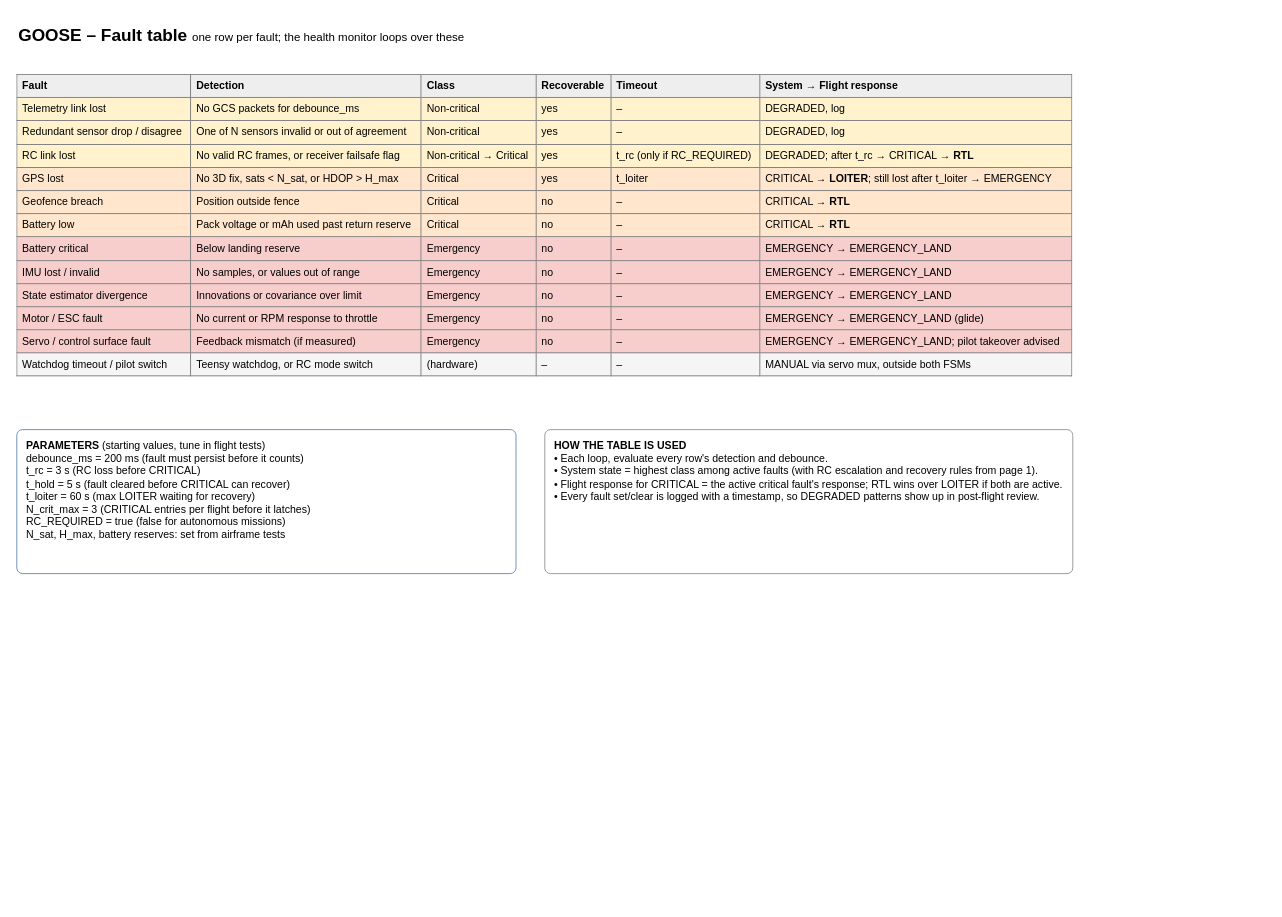
Above: page "3 · Fault Table" (3 of 3) of designs/GOOSE State Machines.drawio in Autonomous-Flight-Team/Autonomous-Controls-Fixed-Wing (draw.io), before the change. Source tidied: cells renumbered, new cells numbered last; positions are measured from the earlier drawing's top-left corner, leaving out a move shared by most shapes. Both pictures are drawn from the tidied source at 96%, with x=0, y=0 at pixel (16, 16).
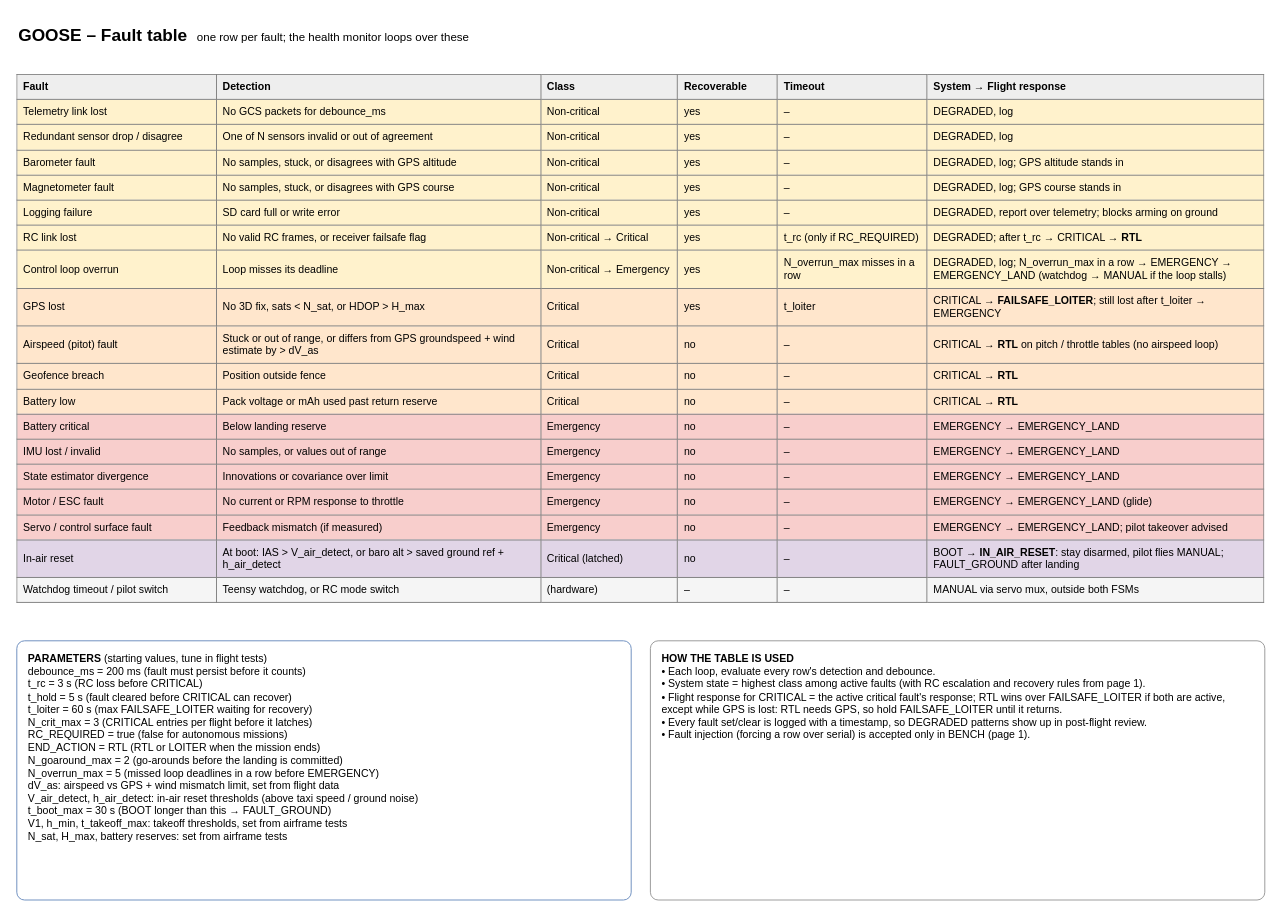
The same page after the edit.

Commit message (it also covers changes not shown here):
headers establisehd for system and flihgt states

What changed in the source:
```diff
@@
 <mxGraphModel>
   <root>
     <mxCell id="0" />
     <mxCell id="1" parent="0" />
-    <mxCell id="2" value="&lt;b&gt;GOOSE – Fault table&lt;/b&gt;  &lt;font style=&quot;font-size:12px&quot;&gt;one row per fault; the health monitor loops over these&lt;/font&gt;" style="text;html=1;whiteSpace=wrap;strokeColor=none;fillColor=none;align=left;verticalAlign=middle;fontSize=18;" parent="1" vertex="1">
-      <mxGeometry width="900" height="40" as="geometry" />
+    <mxCell id="2" value="&lt;b&gt;GOOSE – Fault table&lt;/b&gt;&amp;nbsp;&amp;nbsp;&lt;font style=&quot;font-size:12px&quot;&gt;one row per fault; the health monitor loops over these&lt;/font&gt;" style="text;html=1;whiteSpace=wrap;strokeColor=none;fillColor=none;align=left;verticalAlign=middle;fontSize=18;" parent="1" vertex="1">
+      <mxGeometry width="1100" height="40" as="geometry" />
     </mxCell>
-    <mxCell id="3" value="&lt;table border=&quot;1&quot; cellpadding=&quot;5&quot; style=&quot;border-collapse:collapse;width:100%;font-size:11px&quot;&gt;&lt;tr style=&quot;background:#eeeeee&quot;&gt;&lt;th&gt;Fault&lt;/th&gt;&lt;th&gt;Detection&lt;/th&gt;&lt;th&gt;Class&lt;/th&gt;&lt;th&gt;Recoverable&lt;/th&gt;&lt;th&gt;Timeout&lt;/th&gt;&lt;th&gt;System → Flight response&lt;/th&gt;&lt;/tr&gt;&lt;tr style=&quot;background:#fff2cc&quot;&gt;&lt;td&gt;Telemetry link lost&lt;/td&gt;&lt;td&gt;No GCS packets for debounce_ms&lt;/td&gt;&lt;td&gt;Non-critical&lt;/td&gt;&lt;td&gt;yes&lt;/td&gt;&lt;td&gt;–&lt;/td&gt;&lt;td&gt;DEGRADED, log&lt;/td&gt;&lt;/tr&gt;&lt;tr style=&quot;background:#fff2cc&quot;&gt;&lt;td&gt;Redundant sensor drop / disagree&lt;/td&gt;&lt;td&gt;One of N sensors invalid or out of agreement&lt;/td&gt;&lt;td&gt;Non-critical&lt;/td&gt;&lt;td&gt;yes&lt;/td&gt;&lt;td&gt;–&lt;/td&gt;&lt;td&gt;DEGRADED, log&lt;/td&gt;&lt;/tr&gt;&lt;tr style=&quot;background:#fff2cc&quot;&gt;&lt;td&gt;RC link lost&lt;/td&gt;&lt;td&gt;No valid RC frames, or receiver failsafe flag&lt;/td&gt;&lt;td&gt;Non-critical → Critical&lt;/td&gt;&lt;td&gt;yes&lt;/td&gt;&lt;td&gt;t_rc (only if RC_REQUIRED)&lt;/td&gt;&lt;td&gt;DEGRADED; after t_rc → CRITICAL → &lt;b&gt;RTL&lt;/b&gt;&lt;/td&gt;&lt;/tr&gt;&lt;tr style=&quot;background:#ffe6cc&quot;&gt;&lt;td&gt;GPS lost&lt;/td&gt;&lt;td&gt;No 3D fix, sats &amp;lt; N_sat, or HDOP &amp;gt; H_max&lt;/td&gt;&lt;td&gt;Critical&lt;/td&gt;&lt;td&gt;yes&lt;/td&gt;&lt;td&gt;t_loiter&lt;/td&gt;&lt;td&gt;CRITICAL → &lt;b&gt;LOITER&lt;/b&gt;; still lost after t_loiter → EMERGENCY&lt;/td&gt;&lt;/tr&gt;&lt;tr style=&quot;background:#ffe6cc&quot;&gt;&lt;td&gt;Geofence breach&lt;/td&gt;&lt;td&gt;Position outside fence&lt;/td&gt;&lt;td&gt;Critical&lt;/td&gt;&lt;td&gt;no&lt;/td&gt;&lt;td&gt;–&lt;/td&gt;&lt;td&gt;CRITICAL → &lt;b&gt;RTL&lt;/b&gt;&lt;/td&gt;&lt;/tr&gt;&lt;tr style=&quot;background:#ffe6cc&quot;&gt;&lt;td&gt;Battery low&lt;/td&gt;&lt;td&gt;Pack voltage or mAh used past return reserve&lt;/td&gt;&lt;td&gt;Critical&lt;/td&gt;&lt;td&gt;no&lt;/td&gt;&lt;td&gt;–&lt;/td&gt;&lt;td&gt;CRITICAL → &lt;b&gt;RTL&lt;/b&gt;&lt;/td&gt;&lt;/tr&gt;&lt;tr style=&quot;background:#f8cecc&quot;&gt;&lt;td&gt;Battery critical&lt;/td&gt;&lt;td&gt;Below landing reserve&lt;/td&gt;&lt;td&gt;Emergency&lt;/td&gt;&lt;td&gt;no&lt;/td&gt;&lt;td&gt;–&lt;/td&gt;&lt;td&gt;EMERGENCY → EMERGENCY_LAND&lt;/td&gt;&lt;/tr&gt;&lt;tr style=&quot;background:#f8cecc&quot;&gt;&lt;td&gt;IMU lost / invalid&lt;/td&gt;&lt;td&gt;No samples, or values out of range&lt;/td&gt;&lt;td&gt;Emergency&lt;/td&gt;&lt;td&gt;no&lt;/td&gt;&lt;td&gt;–&lt;/td&gt;&lt;td&gt;EMERGENCY → EMERGENCY_LAND&lt;/td&gt;&lt;/tr&gt;&lt;tr style=&quot;background:#f8cecc&quot;&gt;&lt;td&gt;State estimator divergence&lt;/td&gt;&lt;td&gt;Innovations or covariance over limit&lt;/td&gt;&lt;td&gt;Emergency&lt;/td&gt;&lt;td&gt;no&lt;/td&gt;&lt;td&gt;–&lt;/td&gt;&lt;td&gt;EMERGENCY → EMERGENCY_LAND&lt;/td&gt;&lt;/tr&gt;&lt;tr style=&quot;background:#f8cecc&quot;&gt;&lt;td&gt;Motor / ESC fault&lt;/td&gt;&lt;td&gt;No current or RPM response to throttle&lt;/td&gt;&lt;td&gt;Emergency&lt;/td&gt;&lt;td&gt;no&lt;/td&gt;&lt;td&gt;–&lt;/td&gt;&lt;td&gt;EMERGENCY → EMERGENCY_LAND (glide)&lt;/td&gt;&lt;/tr&gt;&lt;tr style=&quot;background:#f8cecc&quot;&gt;&lt;td&gt;Servo / control surface fault&lt;/td&gt;&lt;td&gt;Feedback mismatch (if measured)&lt;/td&gt;&lt;td&gt;Emergency&lt;/td&gt;&lt;td&gt;no&lt;/td&gt;&lt;td&gt;–&lt;/td&gt;&lt;td&gt;EMERGENCY → EMERGENCY_LAND; pilot takeover advised&lt;/td&gt;&lt;/tr&gt;&lt;tr style=&quot;background:#f5f5f5&quot;&gt;&lt;td&gt;Watchdog timeout / pilot switch&lt;/td&gt;&lt;td&gt;Teensy watchdog, or RC mode switch&lt;/td&gt;&lt;td&gt;(hardware)&lt;/td&gt;&lt;td&gt;–&lt;/td&gt;&lt;td&gt;–&lt;/td&gt;&lt;td&gt;MANUAL via servo mux, outside both FSMs&lt;/td&gt;&lt;/tr&gt;&lt;/table&gt;" style="text;html=1;whiteSpace=wrap;strokeColor=none;fillColor=none;align=left;verticalAlign=top;overflow=fill;fontSize=11;" parent="1" vertex="1">
-      <mxGeometry y="60" width="1100" height="500" as="geometry" />
+    <mxCell id="3" value="&lt;table border=&quot;1&quot; cellpadding=&quot;6&quot; style=&quot;border-collapse:collapse;width:100%;font-size:11px&quot;&gt;&lt;tr style=&quot;background:#eeeeee&quot;&gt;&lt;th style=&quot;width:16%&quot;&gt;Fault&lt;/th&gt;&lt;th style=&quot;width:26%&quot;&gt;Detection&lt;/th&gt;&lt;th style=&quot;width:11%&quot;&gt;Class&lt;/th&gt;&lt;th style=&quot;width:8%&quot;&gt;Recoverable&lt;/th&gt;&lt;th style=&quot;width:12%&quot;&gt;Timeout&lt;/th&gt;&lt;th style=&quot;width:27%&quot;&gt;System → Flight response&lt;/th&gt;&lt;/tr&gt;&lt;tr style=&quot;background:#fff2cc&quot;&gt;&lt;td&gt;Telemetry link lost&lt;/td&gt;&lt;td&gt;No GCS packets for debounce_ms&lt;/td&gt;&lt;td&gt;Non-critical&lt;/td&gt;&lt;td&gt;yes&lt;/td&gt;&lt;td&gt;–&lt;/td&gt;&lt;td&gt;DEGRADED, log&lt;/td&gt;&lt;/tr&gt;&lt;tr style=&quot;background:#fff2cc&quot;&gt;&lt;td&gt;Redundant sensor drop / disagree&lt;/td&gt;&lt;td&gt;One of N sensors invalid or out of agreement&lt;/td&gt;&lt;td&gt;Non-critical&lt;/td&gt;&lt;td&gt;yes&lt;/td&gt;&lt;td&gt;–&lt;/td&gt;&lt;td&gt;DEGRADED, log&lt;/td&gt;&lt;/tr&gt;&lt;tr style=&quot;background:#fff2cc&quot;&gt;&lt;td&gt;Barometer fault&lt;/td&gt;&lt;td&gt;No samples, stuck, or disagrees with GPS altitude&lt;/td&gt;&lt;td&gt;Non-critical&lt;/td&gt;&lt;td&gt;yes&lt;/td&gt;&lt;td&gt;–&lt;/td&gt;&lt;td&gt;DEGRADED, log; GPS altitude stands in&lt;/td&gt;&lt;/tr&gt;&lt;tr style=&quot;background:#fff2cc&quot;&gt;&lt;td&gt;Magnetometer fault&lt;/td&gt;&lt;td&gt;No samples, stuck, or disagrees with GPS course&lt;/td&gt;&lt;td&gt;Non-critical&lt;/td&gt;&lt;td&gt;yes&lt;/td&gt;&lt;td&gt;–&lt;/td&gt;&lt;td&gt;DEGRADED, log; GPS course stands in&lt;/td&gt;&lt;/tr&gt;&lt;tr style=&quot;background:#fff2cc&quot;&gt;&lt;td&gt;Logging failure&lt;/td&gt;&lt;td&gt;SD card full or write error&lt;/td&gt;&lt;td&gt;Non-critical&lt;/td&gt;&lt;td&gt;yes&lt;/td&gt;&lt;td&gt;–&lt;/td&gt;&lt;td&gt;DEGRADED, report over telemetry; blocks arming on ground&lt;/td&gt;&lt;/tr&gt;&lt;tr style=&quot;background:#fff2cc&quot;&gt;&lt;td&gt;RC link lost&lt;/td&gt;&lt;td&gt;No valid RC frames, or receiver failsafe flag&lt;/td&gt;&lt;td&gt;Non-critical → Critical&lt;/td&gt;&lt;td&gt;yes&lt;/td&gt;&lt;td&gt;t_rc (only if RC_REQUIRED)&lt;/td&gt;&lt;td&gt;DEGRADED; after t_rc → CRITICAL → &lt;b&gt;RTL&lt;/b&gt;&lt;/td&gt;&lt;/tr&gt;&lt;tr style=&quot;background:#fff2cc&quot;&gt;&lt;td&gt;Control loop overrun&lt;/td&gt;&lt;td&gt;Loop misses its deadline&lt;/td&gt;&lt;td&gt;Non-critical → Emergency&lt;/td&gt;&lt;td&gt;yes&lt;/td&gt;&lt;td&gt;N_overrun_max misses in a row&lt;/td&gt;&lt;td&gt;DEGRADED, log; N_overrun_max in a row → EMERGENCY → EMERGENCY_LAND (watchdog → MANUAL if the loop stalls)&lt;/td&gt;&lt;/tr&gt;&lt;tr style=&quot;background:#ffe6cc&quot;&gt;&lt;td&gt;GPS lost&lt;/td&gt;&lt;td&gt;No 3D fix, sats &amp;lt; N_sat, or HDOP &amp;gt; H_max&lt;/td&gt;&lt;td&gt;Critical&lt;/td&gt;&lt;td&gt;yes&lt;/td&gt;&lt;td&gt;t_loiter&lt;/td&gt;&lt;td&gt;CRITICAL → &lt;b&gt;FAILSAFE_LOITER&lt;/b&gt;; still lost after t_loiter → EMERGENCY&lt;/td&gt;&lt;/tr&gt;&lt;tr style=&quot;background:#ffe6cc&quot;&gt;&lt;td&gt;Airspeed (pitot) fault&lt;/td&gt;&lt;td&gt;Stuck or out of range, or differs from GPS groundspeed + wind estimate by &amp;gt; dV_as&lt;/td&gt;&lt;td&gt;Critical&lt;/td&gt;&lt;td&gt;no&lt;/td&gt;&lt;td&gt;–&lt;/td&gt;&lt;td&gt;CRITICAL → &lt;b&gt;RTL&lt;/b&gt; on pitch / throttle tables (no airspeed loop)&lt;/td&gt;&lt;/tr&gt;&lt;tr style=&quot;background:#ffe6cc&quot;&gt;&lt;td&gt;Geofence breach&lt;/td&gt;&lt;td&gt;Position outside fence&lt;/td&gt;&lt;td&gt;Critical&lt;/td&gt;&lt;td&gt;no&lt;/td&gt;&lt;td&gt;–&lt;/td&gt;&lt;td&gt;CRITICAL → &lt;b&gt;RTL&lt;/b&gt;&lt;/td&gt;&lt;/tr&gt;&lt;tr style=&quot;background:#ffe6cc&quot;&gt;&lt;td&gt;Battery low&lt;/td&gt;&lt;td&gt;Pack voltage or mAh used past return reserve&lt;/td&gt;&lt;td&gt;Critical&lt;/td&gt;&lt;td&gt;no&lt;/td&gt;&lt;td&gt;–&lt;/td&gt;&lt;td&gt;CRITICAL → &lt;b&gt;RTL&lt;/b&gt;&lt;/td&gt;&lt;/tr&gt;&lt;tr style=&quot;background:#f8cecc&quot;&gt;&lt;td&gt;Battery critical&lt;/td&gt;&lt;td&gt;Below landing reserve&lt;/td&gt;&lt;td&gt;Emergency&lt;/td&gt;&lt;td&gt;no&lt;/td&gt;&lt;td&gt;–&lt;/td&gt;&lt;td&gt;EMERGENCY → EMERGENCY_LAND&lt;/td&gt;&lt;/tr&gt;&lt;tr style=&quot;background:#f8cecc&quot;&gt;&lt;td&gt;IMU lost / invalid&lt;/td&gt;&lt;td&gt;No samples, or values out of range&lt;/td&gt;&lt;td&gt;Emergency&lt;/td&gt;&lt;td&gt;no&lt;/td&gt;&lt;td&gt;–&lt;/td&gt;&lt;td&gt;EMERGENCY → EMERGENCY_LAND&lt;/td&gt;&lt;/tr&gt;&lt;tr style=&quot;background:#f8cecc&quot;&gt;&lt;td&gt;State estimator divergence&lt;/td&gt;&lt;td&gt;Innovations or covariance over limit&lt;/td&gt;&lt;td&gt;Emergency&lt;/td&gt;&lt;td&gt;no&lt;/td&gt;&lt;td&gt;–&lt;/td&gt;&lt;td&gt;EMERGENCY → EMERGENCY_LAND&lt;/td&gt;&lt;/tr&gt;&lt;tr style=&quot;background:#f8cecc&quot;&gt;&lt;td&gt;Motor / ESC fault&lt;/td&gt;&lt;td&gt;No current or RPM response to throttle&lt;/td&gt;&lt;td&gt;Emergency&lt;/td&gt;&lt;td&gt;no&lt;/td&gt;&lt;td&gt;–&lt;/td&gt;&lt;td&gt;EMERGENCY → EMERGENCY_LAND (glide)&lt;/td&gt;&lt;/tr&gt;&lt;tr style=&quot;background:#f8cecc&quot;&gt;&lt;td&gt;Servo / control surface fault&lt;/td&gt;&lt;td&gt;Feedback mismatch (if measured)&lt;/td&gt;&lt;td&gt;Emergency&lt;/td&gt;&lt;td&gt;no&lt;/td&gt;&lt;td&gt;–&lt;/td&gt;&lt;td&gt;EMERGENCY → EMERGENCY_LAND; pilot takeover advised&lt;/td&gt;&lt;/tr&gt;&lt;tr style=&quot;background:#e1d5e7&quot;&gt;&lt;td&gt;In-air reset&lt;/td&gt;&lt;td&gt;At boot: IAS &amp;gt; V_air_detect, or baro alt &amp;gt; saved ground ref + h_air_detect&lt;/td&gt;&lt;td&gt;Critical (latched)&lt;/td&gt;&lt;td&gt;no&lt;/td&gt;&lt;td&gt;–&lt;/td&gt;&lt;td&gt;BOOT → &lt;b&gt;IN_AIR_RESET&lt;/b&gt;: stay disarmed, pilot flies MANUAL; FAULT_GROUND after landing&lt;/td&gt;&lt;/tr&gt;&lt;tr style=&quot;background:#f5f5f5&quot;&gt;&lt;td&gt;Watchdog timeout / pilot switch&lt;/td&gt;&lt;td&gt;Teensy watchdog, or RC mode switch&lt;/td&gt;&lt;td&gt;(hardware)&lt;/td&gt;&lt;td&gt;–&lt;/td&gt;&lt;td&gt;–&lt;/td&gt;&lt;td&gt;MANUAL via servo mux, outside both FSMs&lt;/td&gt;&lt;/tr&gt;&lt;/table&gt;" style="text;html=1;whiteSpace=wrap;strokeColor=none;fillColor=none;align=left;verticalAlign=middle;fontSize=11;verticalAlign=top;overflow=fill;" parent="1" vertex="1">
+      <mxGeometry y="60" width="1300" height="580" as="geometry" />
     </mxCell>
-    <mxCell id="4" value="&lt;b&gt;PARAMETERS&lt;/b&gt; (starting values, tune in flight tests)&lt;br&gt;debounce_ms = 200 ms (fault must persist before it counts)&lt;br&gt;t_rc = 3 s (RC loss before CRITICAL)&lt;br&gt;t_hold = 5 s (fault cleared before CRITICAL can recover)&lt;br&gt;t_loiter = 60 s (max LOITER waiting for recovery)&lt;br&gt;N_crit_max = 3 (CRITICAL entries per flight before it latches)&lt;br&gt;RC_REQUIRED = true (false for autonomous missions)&lt;br&gt;N_sat, H_max, battery reserves: set from airframe tests" style="rounded=1;whiteSpace=wrap;html=1;fillColor=#ffffff;strokeColor=#6c8ebf;align=left;verticalAlign=top;spacingLeft=8;spacingTop=4;fontSize=11;arcSize=4;" parent="1" vertex="1">
-      <mxGeometry y="430" width="520" height="150" as="geometry" />
+    <mxCell id="4" value="&lt;b&gt;PARAMETERS&lt;/b&gt; (starting values, tune in flight tests)&lt;br&gt;debounce_ms = 200 ms (fault must persist before it counts)&lt;br&gt;t_rc = 3 s (RC loss before CRITICAL)&lt;br&gt;t_hold = 5 s (fault cleared before CRITICAL can recover)&lt;br&gt;t_loiter = 60 s (max FAILSAFE_LOITER waiting for recovery)&lt;br&gt;N_crit_max = 3 (CRITICAL entries per flight before it latches)&lt;br&gt;RC_REQUIRED = true (false for autonomous missions)&lt;br&gt;END_ACTION = RTL (RTL or LOITER when the mission ends)&lt;br&gt;N_goaround_max = 2 (go-arounds before the landing is committed)&lt;br&gt;N_overrun_max = 5 (missed loop deadlines in a row before EMERGENCY)&lt;br&gt;dV_as: airspeed vs GPS + wind mismatch limit, set from flight data&lt;br&gt;V_air_detect, h_air_detect: in-air reset thresholds (above taxi speed / ground noise)&lt;br&gt;t_boot_max = 30 s (BOOT longer than this → FAULT_GROUND)&lt;br&gt;V1, h_min, t_takeoff_max: takeoff thresholds, set from airframe tests&lt;br&gt;N_sat, H_max, battery reserves: set from airframe tests" style="rounded=1;whiteSpace=wrap;html=1;fillColor=#ffffff;strokeColor=#6c8ebf;align=left;verticalAlign=top;spacingLeft=10;spacingRight=6;spacingTop=6;fontSize=11;arcSize=3;" parent="1" vertex="1">
+      <mxGeometry y="650" width="640" height="270" as="geometry" />
     </mxCell>
-    <mxCell id="5" value="&lt;b&gt;HOW THE TABLE IS USED&lt;/b&gt;&lt;br&gt;• Each loop, evaluate every row's detection and debounce.&lt;br&gt;• System state = highest class among active faults (with RC escalation and recovery rules from page 1).&lt;br&gt;• Flight response for CRITICAL = the active critical fault's response; RTL wins over LOITER if both are active.&lt;br&gt;• Every fault set/clear is logged with a timestamp, so DEGRADED patterns show up in post-flight review." style="rounded=1;whiteSpace=wrap;html=1;fillColor=#ffffff;strokeColor=#999999;align=left;verticalAlign=top;spacingLeft=8;spacingTop=4;fontSize=11;arcSize=4;" parent="1" vertex="1">
-      <mxGeometry x="550" y="430" width="550" height="150" as="geometry" />
+    <mxCell id="5" value="&lt;b&gt;HOW THE TABLE IS USED&lt;/b&gt;&lt;br&gt;• Each loop, evaluate every row's detection and debounce.&lt;br&gt;• System state = highest class among active faults (with RC escalation and recovery rules from page 1).&lt;br&gt;• Flight response for CRITICAL = the active critical fault's response; RTL wins over FAILSAFE_LOITER if both are active, except while GPS is lost: RTL needs GPS, so hold FAILSAFE_LOITER until it returns.&lt;br&gt;• Every fault set/clear is logged with a timestamp, so DEGRADED patterns show up in post-flight review.&lt;br&gt;• Fault injection (forcing a row over serial) is accepted only in BENCH (page 1)." style="rounded=1;whiteSpace=wrap;html=1;fillColor=#ffffff;strokeColor=#999999;align=left;verticalAlign=top;spacingLeft=10;spacingRight=6;spacingTop=6;fontSize=11;arcSize=3;" parent="1" vertex="1">
+      <mxGeometry x="660" y="650" width="640" height="270" as="geometry" />
     </mxCell>
   </root>
 </mxGraphModel>
```
